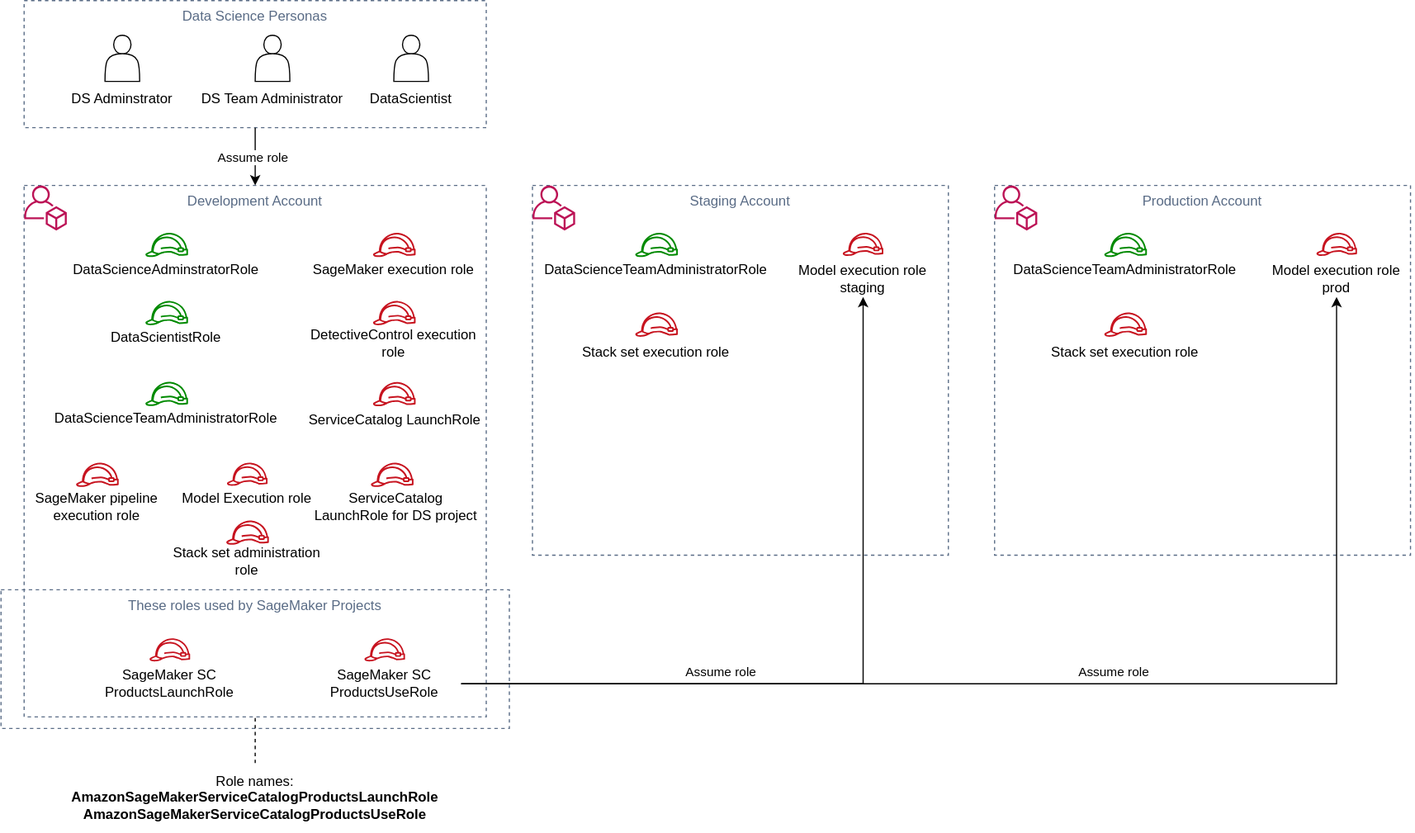
Above: design/ml-ops-iam.drawio.svg in aws-samples/amazon-sagemaker-secure-mlops (draw.io), before the change. Source tidied: cells renumbered, new cells last; positions are measured from the earlier drawing's top-left corner, leaving out a move shared by most shapes.
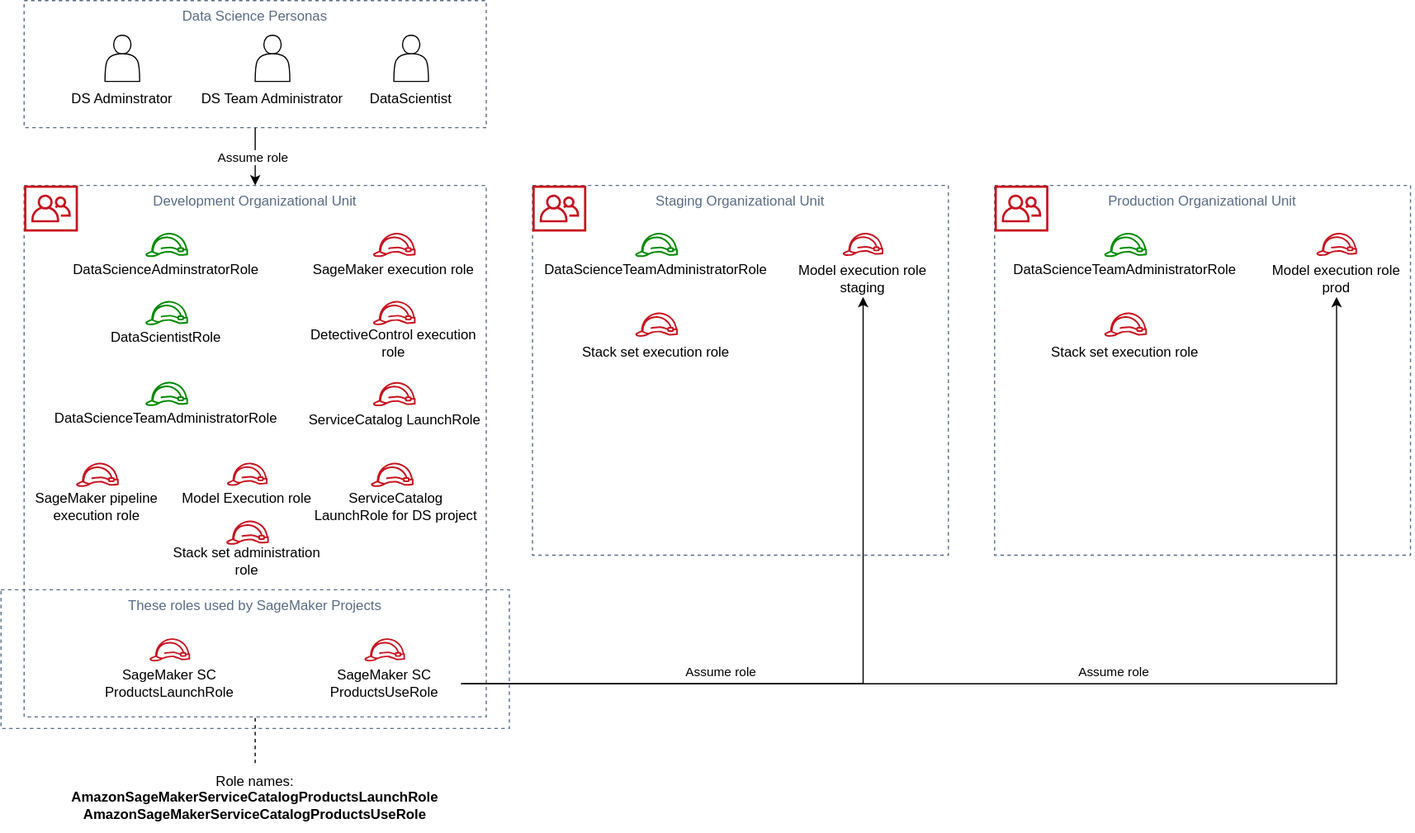
Above is the later version.

Diff of the diagram source:
```diff
@@ -8,7 +8,7 @@
     <mxCell id="3" value="These roles used by SageMaker Projects" style="fillColor=none;strokeColor=#5A6C86;dashed=1;verticalAlign=top;fontStyle=0;fontColor=#5A6C86;" parent="1" vertex="1">
       <mxGeometry y="510" width="440" height="120" as="geometry" />
     </mxCell>
-    <mxCell id="4" value="Development Account" style="fillColor=none;strokeColor=#5A6C86;dashed=1;verticalAlign=top;fontStyle=0;fontColor=#5A6C86;" parent="1" vertex="1">
+    <mxCell id="4" value="Development Organizational Unit" style="fillColor=none;strokeColor=#5A6C86;dashed=1;verticalAlign=top;fontStyle=0;fontColor=#5A6C86;" parent="1" vertex="1">
       <mxGeometry x="20" y="160" width="400" height="460" as="geometry" />
     </mxCell>
     <mxCell id="5" style="group;align=center;" parent="1" vertex="1">
@@ -38,21 +38,12 @@
     <mxCell id="13" style="fontColor=#232F3E;gradientColor=none;fillColor=#C7131F;strokeColor=none;dashed=0;verticalLabelPosition=bottom;verticalAlign=top;align=center;html=1;fontSize=12;fontStyle=0;shape=mxgraph.aws4.role;" parent="11" vertex="1">
       <mxGeometry x="44.8" width="37.2" height="21" as="geometry" />
     </mxCell>
-    <mxCell id="14" value="Staging Account" style="fillColor=none;strokeColor=#5A6C86;dashed=1;verticalAlign=top;fontStyle=0;fontColor=#5A6C86;" parent="1" vertex="1">
+    <mxCell id="14" value="Staging Organizational Unit" style="fillColor=none;strokeColor=#5A6C86;dashed=1;verticalAlign=top;fontStyle=0;fontColor=#5A6C86;" parent="1" vertex="1">
       <mxGeometry x="460" y="160" width="360" height="320" as="geometry" />
     </mxCell>
-    <mxCell id="15" value="Production Account" style="fillColor=none;strokeColor=#5A6C86;dashed=1;verticalAlign=top;fontStyle=0;fontColor=#5A6C86;" parent="1" vertex="1">
+    <mxCell id="15" value="Production Organizational Unit" style="fillColor=none;strokeColor=#5A6C86;dashed=1;verticalAlign=top;fontStyle=0;fontColor=#5A6C86;" parent="1" vertex="1">
       <mxGeometry x="860" y="160" width="360" height="320" as="geometry" />
     </mxCell>
-    <mxCell id="16" style="fontColor=#232F3E;gradientColor=none;fillColor=#BC1356;strokeColor=none;dashed=0;verticalLabelPosition=bottom;verticalAlign=top;align=center;html=1;fontSize=12;fontStyle=0;shape=mxgraph.aws4.organizations_account;" parent="1" vertex="1">
-      <mxGeometry x="860" y="160" width="37" height="39" as="geometry" />
-    </mxCell>
-    <mxCell id="17" style="fontColor=#232F3E;gradientColor=none;fillColor=#BC1356;strokeColor=none;dashed=0;verticalLabelPosition=bottom;verticalAlign=top;align=center;html=1;fontSize=12;fontStyle=0;shape=mxgraph.aws4.organizations_account;" parent="1" vertex="1">
-      <mxGeometry x="460" y="160" width="37" height="39" as="geometry" />
-    </mxCell>
-    <mxCell id="18" style="fontColor=#232F3E;gradientColor=none;fillColor=#BC1356;strokeColor=none;dashed=0;verticalLabelPosition=bottom;verticalAlign=top;align=center;html=1;fontSize=12;fontStyle=0;shape=mxgraph.aws4.organizations_account;" parent="1" vertex="1">
-      <mxGeometry x="20" y="160" width="37" height="39" as="geometry" />
-    </mxCell>
     <mxCell id="19" style="group;" parent="1" vertex="1">
       <mxGeometry x="50" y="30" width="110" height="70.5" as="geometry" />
     </mxCell>
@@ -247,5 +238,14 @@
     <mxCell id="80" style="fontColor=#232F3E;gradientColor=none;fillColor=#C7131F;strokeColor=none;dashed=0;verticalLabelPosition=bottom;verticalAlign=top;align=center;html=1;fontSize=12;fontStyle=0;shape=mxgraph.aws4.role;" parent="78" vertex="1">
       <mxGeometry x="44.8" width="37.2" height="21" as="geometry" />
     </mxCell>
+    <mxCell id="81" style="fontColor=#232F3E;gradientColor=none;fillColor=#C7131F;strokeColor=none;dashed=0;verticalLabelPosition=bottom;verticalAlign=top;align=center;html=1;fontSize=12;fontStyle=0;shape=mxgraph.aws4.organizations_organizational_unit;" parent="1" vertex="1">
+      <mxGeometry x="860" y="160" width="46.6" height="40" as="geometry" />
+    </mxCell>
+    <mxCell id="82" style="fontColor=#232F3E;gradientColor=none;fillColor=#C7131F;strokeColor=none;dashed=0;verticalLabelPosition=bottom;verticalAlign=top;align=center;html=1;fontSize=12;fontStyle=0;shape=mxgraph.aws4.organizations_organizational_unit;" parent="1" vertex="1">
+      <mxGeometry x="460" y="160" width="46.6" height="40" as="geometry" />
+    </mxCell>
+    <mxCell id="83" style="fontColor=#232F3E;gradientColor=none;fillColor=#C7131F;strokeColor=none;dashed=0;verticalLabelPosition=bottom;verticalAlign=top;align=center;html=1;fontSize=12;fontStyle=0;shape=mxgraph.aws4.organizations_organizational_unit;" parent="1" vertex="1">
+      <mxGeometry x="20" y="160" width="46.6" height="40" as="geometry" />
+    </mxCell>
   </root>
 </mxGraphModel>
```
